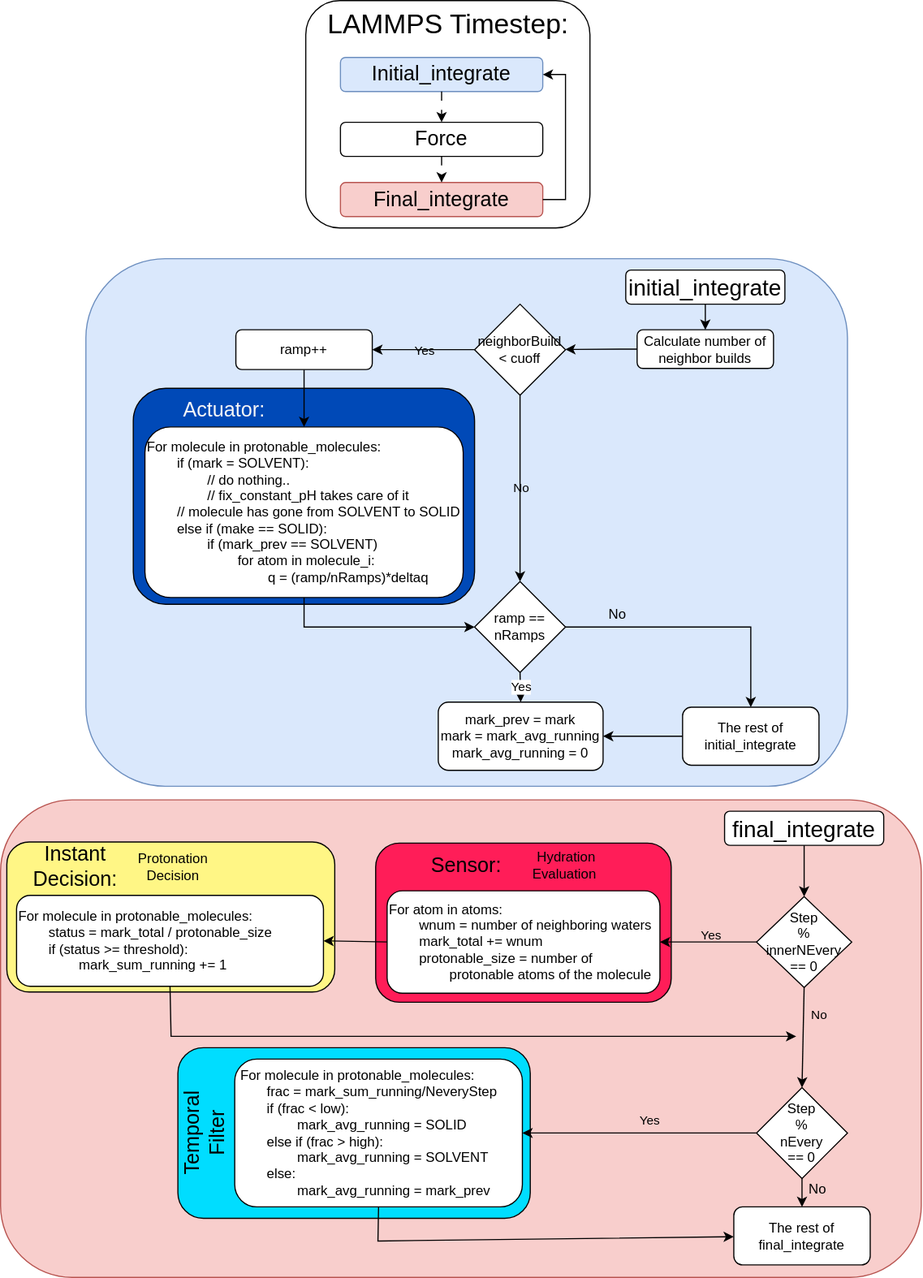
This is src/CONSTANT_PH/docs/ConstantpH-UML.svg from MahdiTavakol/lammps-Constant-pH, a draw.io export, as it was before one commit. Source tidied: cells renumbered, new cells last; positions are measured from the earlier drawing's top-left corner, leaving out a move shared by most shapes.
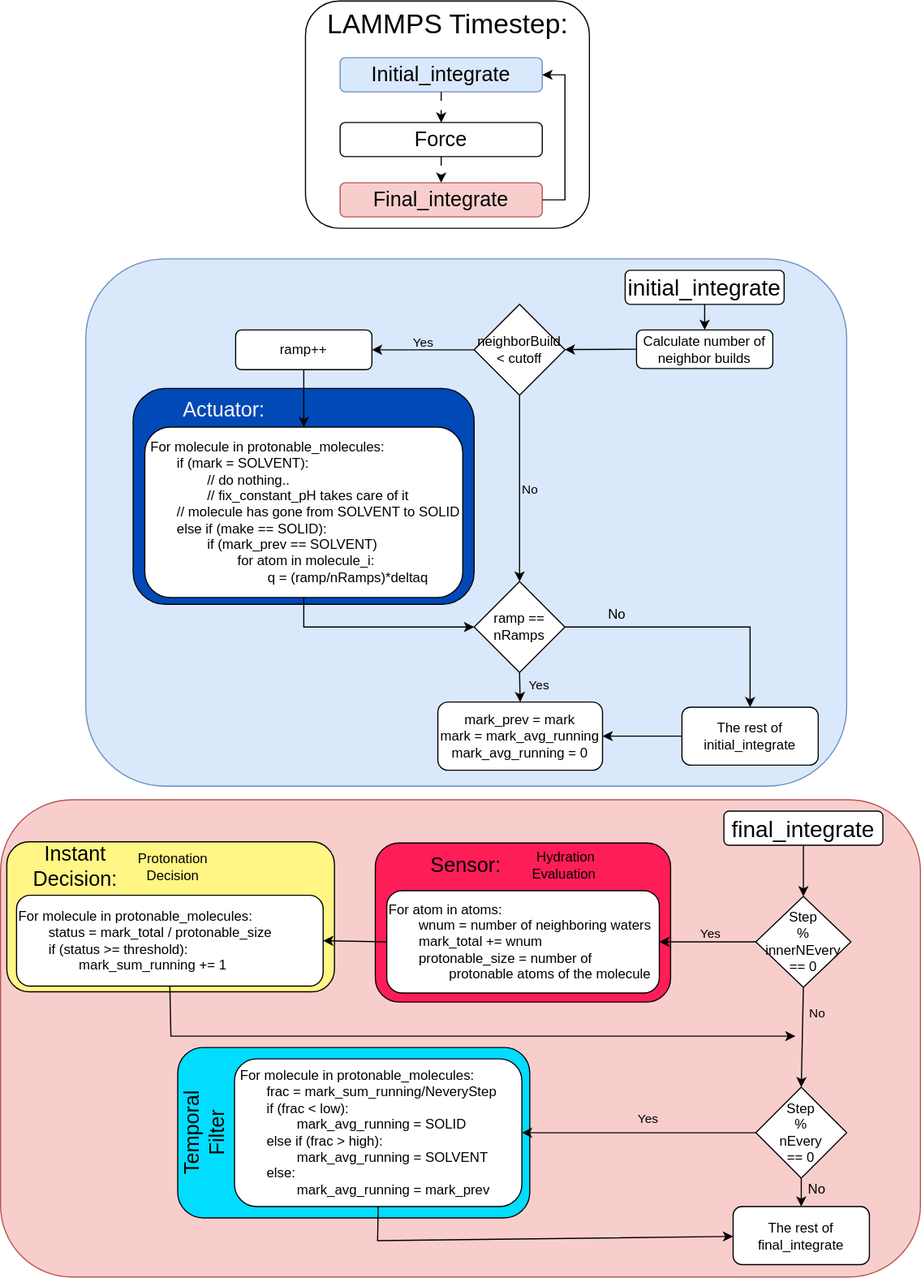
The same diagram one commit later.

Diff of the diagram source:
```diff
@@ -82,22 +82,26 @@
     <mxCell id="24" style="endArrow=classic;html=1;rounded=0;exitX=0;exitY=0.5;exitDx=0;exitDy=0;" parent="1" edge="1" source="23" target="25">
       <mxGeometry relative="1" as="geometry" />
     </mxCell>
-    <mxCell id="25" value="neighborBuild &amp;lt; cuoff" style="rhombus;whiteSpace=wrap;html=1;" parent="1" vertex="1">
+    <mxCell id="25" value="neighborBuild &amp;lt; cutoff" style="rhombus;whiteSpace=wrap;html=1;" parent="1" vertex="1">
       <mxGeometry x="417" y="267" width="80" height="80" as="geometry" />
     </mxCell>
     <mxCell id="26" style="endArrow=classic;html=1;rounded=0;exitX=0;exitY=0.5;exitDx=0;exitDy=0;entryX=1;entryY=0.5;entryDx=0;entryDy=0;" parent="1" edge="1" source="25" target="32">
       <mxGeometry relative="1" as="geometry" />
     </mxCell>
     <mxCell id="27" value="Yes" style="edgeLabel;html=1;align=center;verticalAlign=middle;labelBackgroundColor=none;" parent="26" vertex="1">
-      <mxGeometry relative="1" as="geometry" />
+      <mxGeometry relative="1" as="geometry">
+        <mxPoint y="-6" as="offset" />
+      </mxGeometry>
     </mxCell>
     <mxCell id="28" style="endArrow=classic;html=1;rounded=0;exitX=0.5;exitY=1;exitDx=0;exitDy=0;entryX=0.5;entryY=0;entryDx=0;entryDy=0;" parent="1" edge="1" source="25" target="34">
       <mxGeometry relative="1" as="geometry" />
     </mxCell>
     <mxCell id="29" value="No" style="edgeLabel;html=1;align=center;verticalAlign=middle;labelBackgroundColor=none;" parent="28" vertex="1">
-      <mxGeometry relative="1" as="geometry" />
+      <mxGeometry relative="1" as="geometry">
+        <mxPoint x="9" as="offset" />
+      </mxGeometry>
     </mxCell>
-    <mxCell id="30" value="For molecule in protonable_molecules:&lt;div&gt;&lt;span style=&quot;white-space: pre;&quot;&gt;&#9;&lt;/span&gt;if (mark = SOLVENT):&lt;br&gt;&lt;/div&gt;&lt;div&gt;&lt;span style=&quot;white-space: pre;&quot;&gt;&#9;&lt;/span&gt;&lt;span style=&quot;white-space: pre;&quot;&gt;&#9;&lt;/span&gt;// do nothing..&lt;br&gt;&lt;/div&gt;&lt;div&gt;&lt;span style=&quot;white-space: pre;&quot;&gt;&#9;&lt;span style=&quot;white-space: pre;&quot;&gt;&#9;&lt;/span&gt;// fix_constant_pH takes care of it&lt;/span&gt;&lt;br&gt;&lt;/div&gt;&lt;div&gt;&lt;span style=&quot;white-space: pre;&quot;&gt;&#9;&lt;/span&gt;// molecule has gone from SOLVENT to SOLID&lt;br&gt;&lt;/div&gt;&lt;div&gt;&lt;span style=&quot;white-space: pre;&quot;&gt;&#9;&lt;/span&gt;else if (make == SOLID):&lt;br&gt;&lt;/div&gt;&lt;div&gt;&lt;span style=&quot;white-space: pre;&quot;&gt;&#9;&lt;/span&gt;&lt;span style=&quot;white-space: pre;&quot;&gt;&#9;&lt;/span&gt;if (mark_prev == SOLVENT)&lt;br&gt;&lt;/div&gt;&lt;div&gt;&lt;span style=&quot;white-space: pre;&quot;&gt;&#9;&lt;/span&gt;&lt;span style=&quot;white-space: pre;&quot;&gt;&#9;&lt;span style=&quot;white-space: pre;&quot;&gt;&#9;&lt;/span&gt;&lt;/span&gt;for atom in molecule_i:&lt;br&gt;&lt;/div&gt;&lt;div&gt;&lt;span style=&quot;white-space: pre;&quot;&gt;&#9;&lt;/span&gt;&lt;span style=&quot;white-space: pre;&quot;&gt;&#9;&lt;span style=&quot;white-space: pre;&quot;&gt;&#9;&lt;span style=&quot;white-space: pre;&quot;&gt;&#9;&lt;/span&gt;&lt;/span&gt;&lt;/span&gt;q = (ramp/nRamps)*deltaq&lt;br&gt;&lt;/div&gt;" style="rounded=1;whiteSpace=wrap;html=1;align=left;" parent="1" vertex="1">
+    <mxCell id="30" value="&amp;nbsp;For molecule in protonable_molecules:&lt;div&gt;&lt;span style=&quot;white-space: pre;&quot;&gt;&#9;&lt;/span&gt;if (mark = SOLVENT):&lt;br&gt;&lt;/div&gt;&lt;div&gt;&lt;span style=&quot;white-space: pre;&quot;&gt;&#9;&lt;/span&gt;&lt;span style=&quot;white-space: pre;&quot;&gt;&#9;&lt;/span&gt;// do nothing..&lt;br&gt;&lt;/div&gt;&lt;div&gt;&lt;span style=&quot;white-space: pre;&quot;&gt;&#9;&lt;span style=&quot;white-space: pre;&quot;&gt;&#9;&lt;/span&gt;// fix_constant_pH takes care of it&lt;/span&gt;&lt;br&gt;&lt;/div&gt;&lt;div&gt;&lt;span style=&quot;white-space: pre;&quot;&gt;&#9;&lt;/span&gt;// molecule has gone from SOLVENT to SOLID&lt;br&gt;&lt;/div&gt;&lt;div&gt;&lt;span style=&quot;white-space: pre;&quot;&gt;&#9;&lt;/span&gt;else if (make == SOLID):&lt;br&gt;&lt;/div&gt;&lt;div&gt;&lt;span style=&quot;white-space: pre;&quot;&gt;&#9;&lt;/span&gt;&lt;span style=&quot;white-space: pre;&quot;&gt;&#9;&lt;/span&gt;if (mark_prev == SOLVENT)&lt;br&gt;&lt;/div&gt;&lt;div&gt;&lt;span style=&quot;white-space: pre;&quot;&gt;&#9;&lt;/span&gt;&lt;span style=&quot;white-space: pre;&quot;&gt;&#9;&lt;span style=&quot;white-space: pre;&quot;&gt;&#9;&lt;/span&gt;&lt;/span&gt;for atom in molecule_i:&lt;br&gt;&lt;/div&gt;&lt;div&gt;&lt;span style=&quot;white-space: pre;&quot;&gt;&#9;&lt;/span&gt;&lt;span style=&quot;white-space: pre;&quot;&gt;&#9;&lt;span style=&quot;white-space: pre;&quot;&gt;&#9;&lt;span style=&quot;white-space: pre;&quot;&gt;&#9;&lt;/span&gt;&lt;/span&gt;&lt;/span&gt;q = (ramp/nRamps)*deltaq&lt;br&gt;&lt;/div&gt;" style="rounded=1;whiteSpace=wrap;html=1;align=left;" parent="1" vertex="1">
       <mxGeometry x="127" y="375" width="280" height="150" as="geometry" />
     </mxCell>
     <mxCell id="31" style="endArrow=classic;html=1;rounded=0;exitX=0.5;exitY=1;exitDx=0;exitDy=0;entryX=0.5;entryY=0;entryDx=0;entryDy=0;" parent="1" edge="1" source="32" target="30">
@@ -119,8 +123,10 @@
     <mxCell id="35" style="endArrow=classic;html=1;rounded=0;exitX=0.5;exitY=1;exitDx=0;exitDy=0;entryX=0.5;entryY=0;entryDx=0;entryDy=0;" parent="1" edge="1" source="34" target="37">
       <mxGeometry relative="1" as="geometry" />
     </mxCell>
-    <mxCell id="36" value="Yes" style="edgeLabel;html=1;align=center;verticalAlign=middle;" parent="35" vertex="1">
-      <mxGeometry relative="1" as="geometry" />
+    <mxCell id="36" value="Yes" style="edgeLabel;html=1;align=center;verticalAlign=middle;labelBackgroundColor=none;" parent="35" vertex="1">
+      <mxGeometry relative="1" as="geometry">
+        <mxPoint x="16" y="-3" as="offset" />
+      </mxGeometry>
     </mxCell>
     <mxCell id="37" value="mark_prev = mark&lt;div&gt;mark = mark_avg_running&lt;/div&gt;&lt;div&gt;mark_avg_running = 0&lt;/div&gt;" style="rounded=1;whiteSpace=wrap;html=1;" parent="1" vertex="1">
       <mxGeometry x="385.1" y="617" width="145" height="60" as="geometry" />
```
